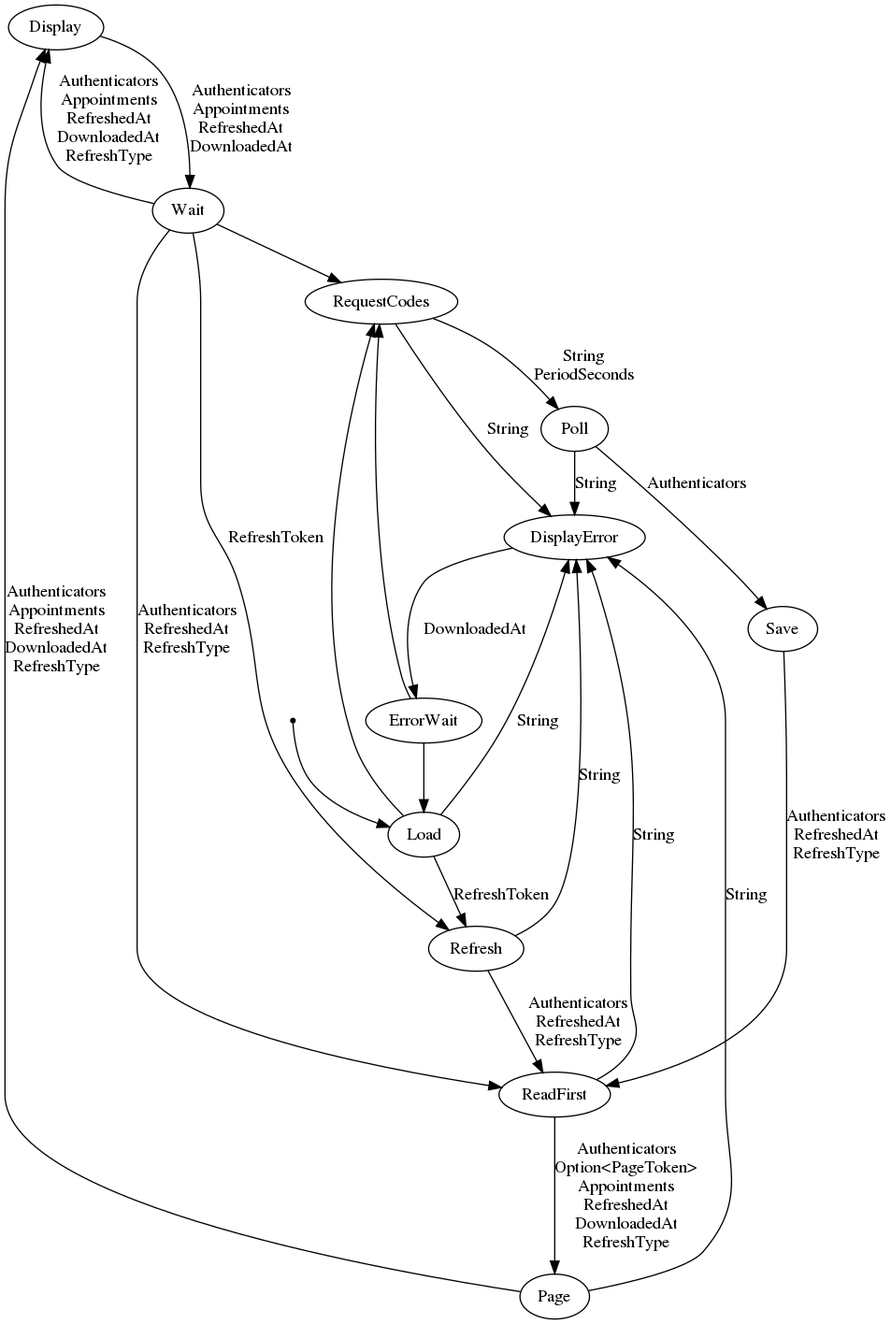
The Graphviz diagram docs/cal_machine.png in kieranjwhite/calendar_mirror, before a commit. Its source is kept beside it as docs/cal_machine.dot.
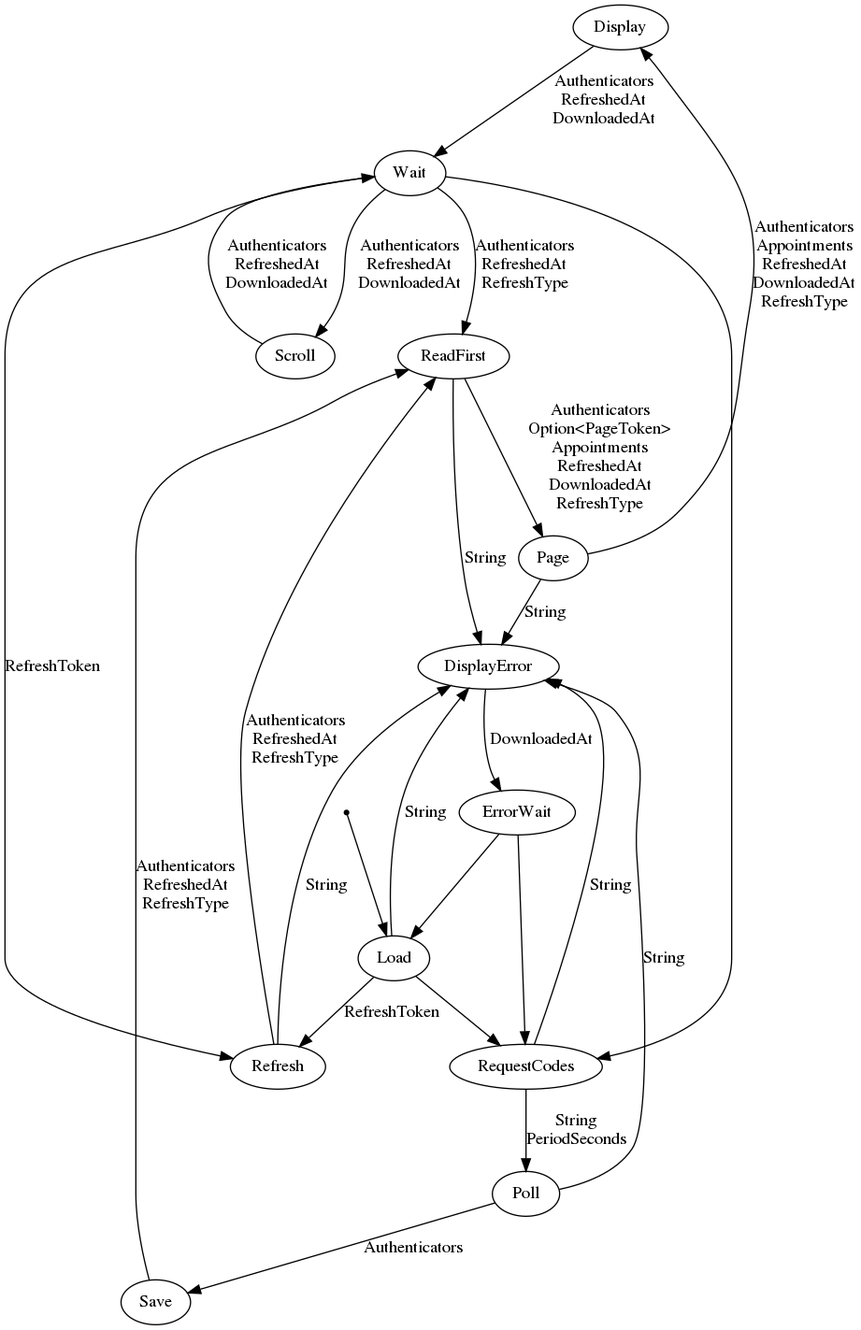
After the change.

Commit message:
removed comment. refactored closures for event display functions

What changed in the source:
```diff
@@ -9,6 +9,7 @@
     Refresh[label="Refresh"][shape="ellipse"];
     RequestCodes[label="RequestCodes"][shape="ellipse"];
     Save[label="Save"][shape="ellipse"];
+    Scroll[label="Scroll"][shape="ellipse"];
     Wait[label="Wait"][shape="ellipse"];
     _start[label="_start"][shape="point"];
     _start -> Load[label=""];
@@ -32,6 +33,7 @@
     Poll -> Save[label="Authenticators\n"];
     ReadFirst -> Page[label="Authenticators\nOption<PageToken>\nAppointments\nRefreshedAt\nDownloadedAt\nRefreshType\n"];
     Page -> Display[label="Authenticators\nAppointments\nRefreshedAt\nDownloadedAt\nRefreshType\n"];
-    Wait -> Display[label="Authenticators\nAppointments\nRefreshedAt\nDownloadedAt\nRefreshType\n"];
-    Display -> Wait[label="Authenticators\nAppointments\nRefreshedAt\nDownloadedAt\n"];
+    Wait -> Scroll[label="Authenticators\nRefreshedAt\nDownloadedAt\n"];
+    Display -> Wait[label="Authenticators\nRefreshedAt\nDownloadedAt\n"];
+    Scroll -> Wait[label="Authenticators\nRefreshedAt\nDownloadedAt\n"];
 }
```
